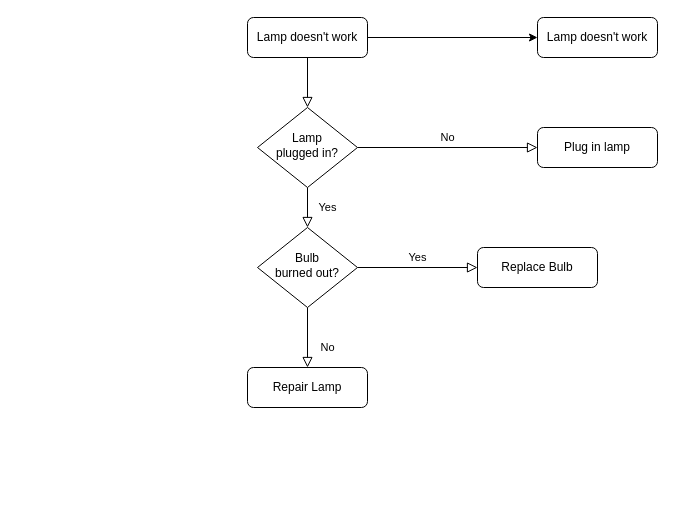
This is Untitled Diagram.drawio from maciaymd/draw.io, a draw.io file, before an edit. Source tidied: cells renumbered, new cells numbered last; positions are measured from the earlier drawing's top-left corner, leaving out a move shared by most shapes. Both pictures are drawn from the tidied source at 100%, with x=0, y=0 at pixel (247, 17).
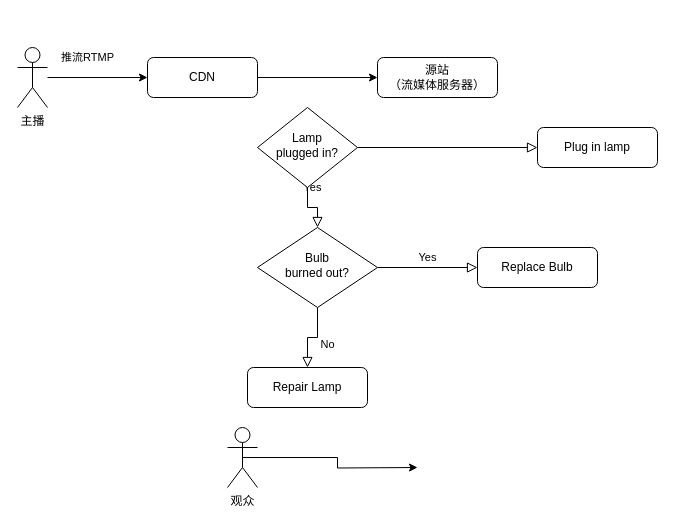
The same page after the edit.

Commit message:
映客流媒体服务的架构.drawio

The edit, as a diff of the source:
```diff
@@
 <mxGraphModel>
   <root>
     <mxCell id="0" />
     <mxCell id="1" parent="0" />
-    <mxCell id="2" style="rounded=0;html=1;jettySize=auto;fontSize=11;endArrow=block;endFill=0;endSize=8;strokeWidth=1;shadow=0;labelBackgroundColor=none;edgeStyle=orthogonalEdgeStyle;" parent="1" edge="1" source="4" target="7">
-      <mxGeometry relative="1" as="geometry" />
-    </mxCell>
     <mxCell id="3" style="edgeStyle=orthogonalEdgeStyle;rounded=0;jettySize=auto;html=1;" parent="1" edge="1" source="4" target="14">
       <mxGeometry relative="1" as="geometry" />
     </mxCell>
-    <mxCell id="4" value="Lamp doesn't work" style="rounded=1;whiteSpace=wrap;html=1;fontSize=12;glass=0;strokeWidth=1;shadow=0;" parent="1" vertex="1">
-      <mxGeometry width="120" height="40" as="geometry" />
+    <mxCell id="4" value="CDN" style="rounded=1;whiteSpace=wrap;html=1;fontSize=12;glass=0;strokeWidth=1;shadow=0;" parent="1" vertex="1">
+      <mxGeometry x="-100" y="40" width="110" height="40" as="geometry" />
     </mxCell>
     <mxCell id="5" value="Yes" style="rounded=0;html=1;jettySize=auto;fontSize=11;endArrow=block;endFill=0;endSize=8;strokeWidth=1;shadow=0;labelBackgroundColor=none;edgeStyle=orthogonalEdgeStyle;" parent="1" edge="1" source="7" target="11">
       <mxGeometry y="20" relative="1" as="geometry" />
     </mxCell>
-    <mxCell id="6" value="No" style="edgeStyle=orthogonalEdgeStyle;rounded=0;html=1;jettySize=auto;fontSize=11;endArrow=block;endFill=0;endSize=8;strokeWidth=1;shadow=0;labelBackgroundColor=none;" parent="1" edge="1" source="7" target="8">
-      <mxGeometry y="10" relative="1" as="geometry" />
+    <mxCell id="6" value="推流RTMP" style="edgeStyle=orthogonalEdgeStyle;rounded=0;html=1;jettySize=auto;fontSize=11;endArrow=block;endFill=0;endSize=8;strokeWidth=1;shadow=0;labelBackgroundColor=none;" parent="1" edge="1" source="7" target="8">
+      <mxGeometry x="-1" y="285" relative="1" as="geometry">
+        <mxPoint x="-270" y="195" as="offset" />
+      </mxGeometry>
     </mxCell>
     <mxCell id="7" value="Lamp&lt;br&gt;plugged in?" style="rhombus;whiteSpace=wrap;html=1;shadow=0;fontFamily=Helvetica;fontSize=12;align=center;strokeWidth=1;spacing=6;spacingTop=-4;" parent="1" vertex="1">
       <mxGeometry x="10" y="90" width="100" height="80" as="geometry" />
     </mxCell>
     <mxCell id="8" value="Plug in lamp" style="rounded=1;whiteSpace=wrap;html=1;fontSize=12;glass=0;strokeWidth=1;shadow=0;" parent="1" vertex="1">
       <mxGeometry x="290" y="110" width="120" height="40" as="geometry" />
     </mxCell>
     <mxCell id="9" value="No" style="rounded=0;html=1;jettySize=auto;fontSize=11;endArrow=block;endFill=0;endSize=8;strokeWidth=1;shadow=0;labelBackgroundColor=none;edgeStyle=orthogonalEdgeStyle;" parent="1" edge="1" source="11" target="12">
       <mxGeometry x="0.33" y="20" relative="1" as="geometry" />
     </mxCell>
     <mxCell id="10" value="Yes" style="edgeStyle=orthogonalEdgeStyle;rounded=0;html=1;jettySize=auto;fontSize=11;endArrow=block;endFill=0;endSize=8;strokeWidth=1;shadow=0;labelBackgroundColor=none;" parent="1" edge="1" source="11" target="13">
       <mxGeometry y="10" relative="1" as="geometry" />
     </mxCell>
     <mxCell id="11" value="Bulb&lt;br&gt;burned out?" style="rhombus;whiteSpace=wrap;html=1;shadow=0;fontFamily=Helvetica;fontSize=12;align=center;strokeWidth=1;spacing=6;spacingTop=-4;" parent="1" vertex="1">
-      <mxGeometry x="10" y="210" width="100" height="80" as="geometry" />
+      <mxGeometry x="10" y="210" width="120" height="80" as="geometry" />
     </mxCell>
     <mxCell id="12" value="Repair Lamp" style="rounded=1;whiteSpace=wrap;html=1;fontSize=12;glass=0;strokeWidth=1;shadow=0;" parent="1" vertex="1">
       <mxGeometry y="350" width="120" height="40" as="geometry" />
     </mxCell>
     <mxCell id="13" value="Replace Bulb" style="rounded=1;whiteSpace=wrap;html=1;fontSize=12;glass=0;strokeWidth=1;shadow=0;" parent="1" vertex="1">
       <mxGeometry x="230" y="230" width="120" height="40" as="geometry" />
     </mxCell>
-    <mxCell id="14" value="Lamp doesn't work" style="rounded=1;whiteSpace=wrap;html=1;fontSize=12;glass=0;strokeWidth=1;shadow=0;" parent="1" vertex="1">
-      <mxGeometry x="290" width="120" height="40" as="geometry" />
+    <mxCell id="14" value="源站&lt;br&gt;（流媒体服务器）" style="rounded=1;whiteSpace=wrap;html=1;fontSize=12;glass=0;strokeWidth=1;shadow=0;" parent="1" vertex="1">
+      <mxGeometry x="130" y="40" width="120" height="40" as="geometry" />
     </mxCell>
+    <mxCell id="15" style="edgeStyle=orthogonalEdgeStyle;rounded=0;jettySize=auto;html=1;entryX=0;entryY=0.5;entryDx=0;entryDy=0;" parent="1" edge="1" source="16" target="4">
+      <mxGeometry relative="1" as="geometry" />
+    </mxCell>
+    <mxCell id="16" value="主播" style="shape=umlActor;verticalLabelPosition=bottom;verticalAlign=top;html=1;outlineConnect=0;" parent="1" vertex="1">
+      <mxGeometry x="-230" y="30" width="30" height="60" as="geometry" />
+    </mxCell>
+    <mxCell id="17" style="edgeStyle=orthogonalEdgeStyle;rounded=0;jettySize=auto;html=1;exitX=0.5;exitY=0.5;exitDx=0;exitDy=0;exitPerimeter=0;" parent="1" edge="1" source="18">
+      <mxGeometry relative="1" as="geometry">
+        <mxPoint x="170" y="450" as="targetPoint" />
+      </mxGeometry>
+    </mxCell>
+    <mxCell id="18" value="观众" style="shape=umlActor;verticalLabelPosition=bottom;verticalAlign=top;html=1;outlineConnect=0;" parent="1" vertex="1">
+      <mxGeometry x="-20" y="410" width="30" height="60" as="geometry" />
+    </mxCell>
   </root>
 </mxGraphModel>
```
